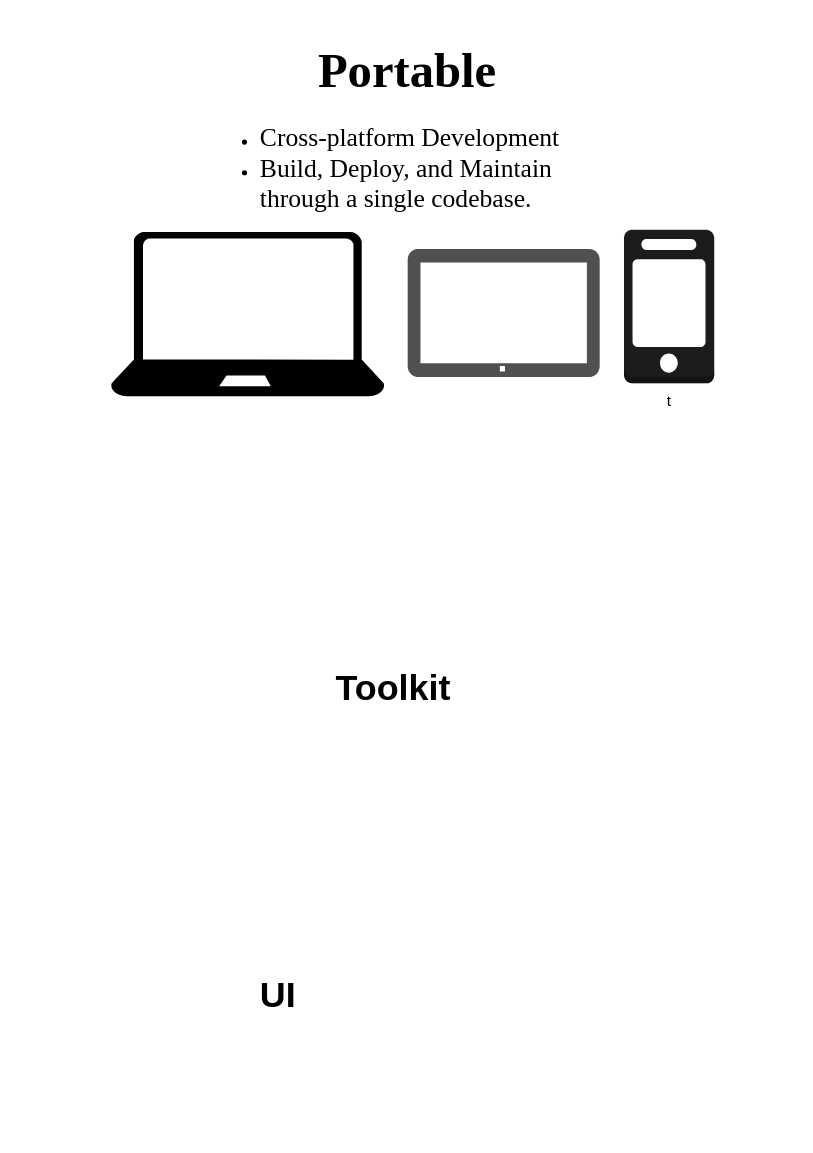
The draw.io diagram Untitled Diagram.drawio in mbtions/hello-world, before the edit. Source tidied: cells renumbered, new cells numbered last; positions are measured from the earlier drawing's top-left corner, leaving out a move shared by most shapes. Both pictures are drawn from the tidied source at 128%, with x=0, y=0 at pixel (110, 35).
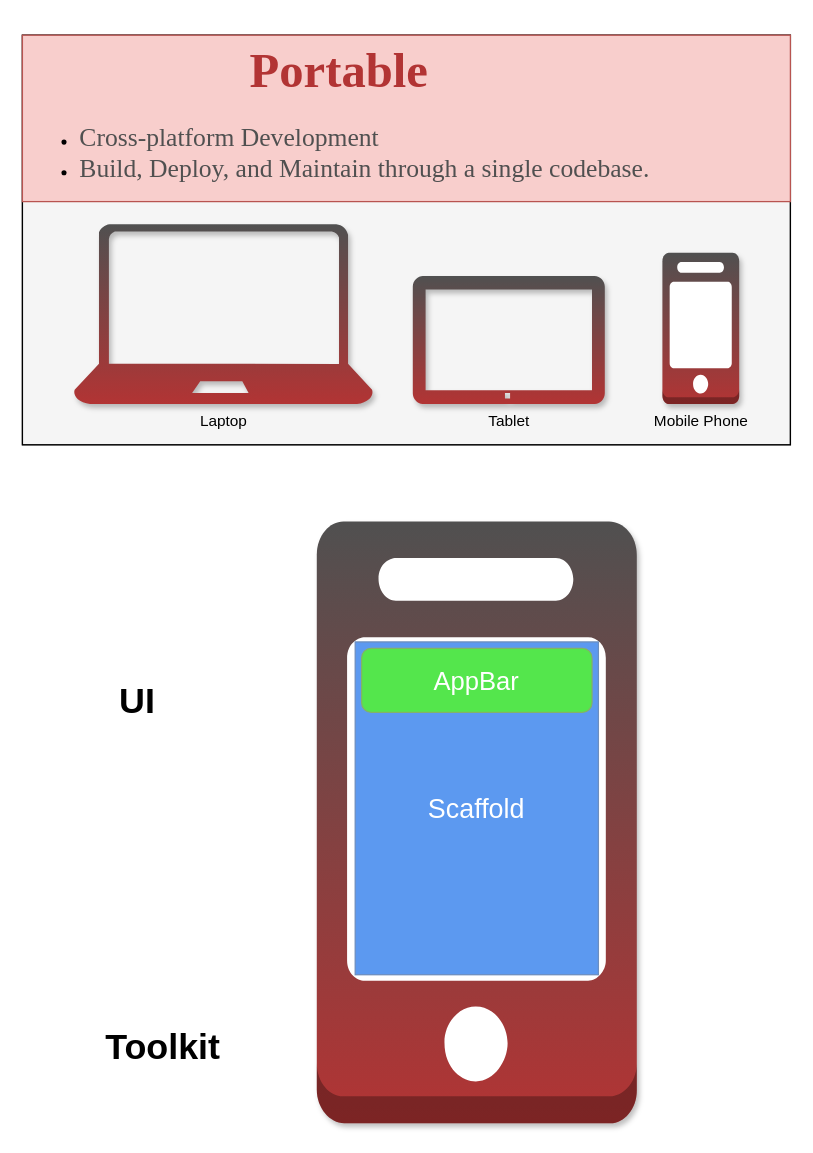
After the change.

Change to the diagram source:
```diff
@@
 <mxGraphModel>
   <root>
     <mxCell id="0" />
     <mxCell id="1" parent="0" />
     <mxCell id="2" value="&lt;b&gt;&lt;font style=&quot;font-size: 28px;&quot;&gt;UI&lt;/font&gt;&lt;/b&gt;" style="text;html=1;strokeColor=none;fillColor=none;align=center;verticalAlign=middle;whiteSpace=wrap;rounded=0;" parent="1" vertex="1">
-      <mxGeometry x="71" y="730" width="120" height="40" as="geometry" />
+      <mxGeometry x="-39" y="500" width="120" height="40" as="geometry" />
     </mxCell>
     <mxCell id="3" value="&lt;b&gt;&lt;font style=&quot;font-size: 28px;&quot;&gt;Toolkit&lt;/font&gt;&lt;/b&gt;" style="text;html=1;strokeColor=none;fillColor=none;align=center;verticalAlign=middle;whiteSpace=wrap;rounded=0;" parent="1" vertex="1">
-      <mxGeometry x="161" y="490" width="120" height="40" as="geometry" />
+      <mxGeometry x="-19" y="770" width="120" height="40" as="geometry" />
     </mxCell>
+    <mxCell id="8" style="group;fillColor=#f5f5f5;strokeColor=#666666;fontColor=#333333;" parent="1" vertex="1">
+      <mxGeometry x="-69" width="600" height="320" as="geometry" />
+    </mxCell>
+    <mxCell id="9" style="rounded=0;whiteSpace=wrap;html=1;fillColor=none;" parent="8" vertex="1">
+      <mxGeometry width="600" height="320" as="geometry" />
+    </mxCell>
-    <mxCell id="4" value="&lt;h1 style=&quot;text-align: center;&quot;&gt;&lt;font style=&quot;font-size: 38px;&quot; face=&quot;Times New Roman&quot;&gt;Portable&lt;/font&gt;&lt;/h1&gt;&lt;p&gt;&lt;/p&gt;&lt;ul&gt;&lt;li&gt;&lt;font face=&quot;Times New Roman&quot;&gt;&lt;span style=&quot;font-size: 20px;&quot;&gt;Cross-platform Development&lt;/span&gt;&lt;/font&gt;&lt;/li&gt;&lt;li&gt;&lt;font face=&quot;Times New Roman&quot;&gt;&lt;span style=&quot;font-size: 20px;&quot;&gt;Build, Deploy, and Maintain through a single codebase.&lt;/span&gt;&lt;/font&gt;&lt;/li&gt;&lt;/ul&gt;&lt;p&gt;&lt;/p&gt;" style="text;html=1;strokeColor=none;fillColor=none;spacing=5;spacingTop=-20;whiteSpace=wrap;overflow=hidden;rounded=0;" parent="1" vertex="1">
-      <mxGeometry x="72" width="318" height="160" as="geometry" />
+    <mxCell id="4" value="&lt;h1 style=&quot;text-align: center;&quot;&gt;&lt;font color=&quot;#b23434&quot; style=&quot;font-size: 38px;&quot; face=&quot;Times New Roman&quot;&gt;Portable&lt;/font&gt;&lt;/h1&gt;&lt;p&gt;&lt;/p&gt;&lt;ul&gt;&lt;li&gt;&lt;font color=&quot;#505050&quot; face=&quot;Times New Roman&quot;&gt;&lt;span style=&quot;font-size: 20px;&quot;&gt;Cross-platform Development&lt;/span&gt;&lt;/font&gt;&lt;/li&gt;&lt;li&gt;&lt;font color=&quot;#505050&quot; face=&quot;Times New Roman&quot;&gt;&lt;span style=&quot;font-size: 20px;&quot;&gt;Build, Deploy, and Maintain through a single codebase.&lt;/span&gt;&lt;/font&gt;&lt;/li&gt;&lt;/ul&gt;&lt;p&gt;&lt;/p&gt;" style="text;html=1;spacing=5;spacingTop=-20;whiteSpace=wrap;overflow=hidden;rounded=0;fillColor=#f8cecc;strokeColor=#b85450;" parent="8" vertex="1">
+      <mxGeometry width="600" height="130" as="geometry" />
     </mxCell>
-    <mxCell id="5" style="sketch=0;shadow=0;dashed=0;html=1;strokeColor=none;labelPosition=center;verticalLabelPosition=bottom;verticalAlign=top;align=center;fillColor=#000000;shape=mxgraph.azure.laptop;" parent="1" vertex="1">
-      <mxGeometry y="153.7" width="214" height="128.4" as="geometry" />
+    <mxCell id="5" value="Laptop" style="sketch=0;shadow=1;dashed=0;html=1;strokeColor=none;labelPosition=center;verticalLabelPosition=bottom;verticalAlign=top;align=center;fillColor=#505050;shape=mxgraph.azure.laptop;gradientColor=#b23434;" parent="8" vertex="1">
+      <mxGeometry x="40" y="147.7" width="234" height="140.4" as="geometry" />
     </mxCell>
-    <mxCell id="6" value="t" style="dashed=0;verticalLabelPosition=bottom;verticalAlign=top;align=center;html=1;shape=mxgraph.aws3.mobile_client;fillColor=#1C1C1C;gradientColor=none;" parent="1" vertex="1">
-      <mxGeometry x="401" y="152" width="70.5" height="120" as="geometry" />
+    <mxCell id="6" value="Mobile Phone" style="dashed=0;verticalLabelPosition=bottom;verticalAlign=top;align=center;html=1;shape=mxgraph.aws3.mobile_client;fillColor=#505050;gradientColor=#b23434;shadow=1;" parent="8" vertex="1">
+      <mxGeometry x="500" y="170" width="60" height="118.2" as="geometry" />
     </mxCell>
-    <mxCell id="7" style="sketch=0;shadow=0;dashed=0;html=1;strokeColor=none;fillColor=#505050;labelPosition=center;verticalLabelPosition=bottom;verticalAlign=top;align=center;shape=mxgraph.office.devices.tablet_windows_8;" parent="1" vertex="1">
-      <mxGeometry x="232" y="167" width="150" height="100" as="geometry" />
+    <mxCell id="7" value="Tablet" style="sketch=0;shadow=1;dashed=0;html=1;strokeColor=none;fillColor=#505050;labelPosition=center;verticalLabelPosition=bottom;verticalAlign=top;align=center;shape=mxgraph.office.devices.tablet_windows_8;gradientColor=#b23434;" parent="8" vertex="1">
+      <mxGeometry x="305" y="188.1" width="150" height="100" as="geometry" />
     </mxCell>
+    <mxCell id="10" style="verticalLabelPosition=bottom;verticalAlign=top;align=center;html=1;shape=mxgraph.aws3.mobile_client;fillColor=#505050;gradientColor=#b23434;strokeWidth=0;shadow=1;" parent="1" vertex="1">
+      <mxGeometry x="161" y="380" width="250" height="470" as="geometry" />
+    </mxCell>
+    <mxCell id="11" value="&lt;font style=&quot;font-size: 21px;&quot; color=&quot;#ffffff&quot;&gt;Scaffold&lt;/font&gt;" style="rounded=0;whiteSpace=wrap;html=1;fillColor=#5c99f0;strokeColor=#6c8ebf;" parent="1" vertex="1">
+      <mxGeometry x="191" y="474" width="190" height="260" as="geometry" />
+    </mxCell>
+    <mxCell id="12" value="&lt;font style=&quot;font-size: 20px;&quot; color=&quot;#ffffff&quot;&gt;AppBar&lt;/font&gt;" style="rounded=1;whiteSpace=wrap;html=1;fillColor=#54e64c;strokeColor=#82b366;" parent="1" vertex="1">
+      <mxGeometry x="196" y="479" width="180" height="50" as="geometry" />
+    </mxCell>
   </root>
 </mxGraphModel>
```
